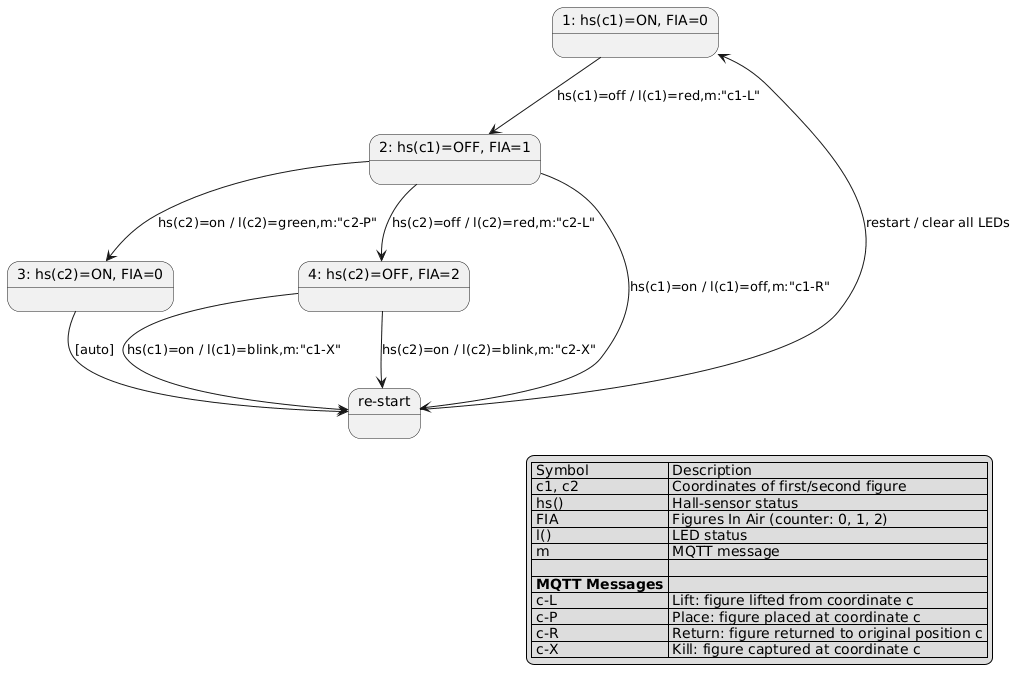
This is Micropython/StateDiagram.png from JonahPi/RemoteChess, a PlantUML export, as it was before one commit. Source of this version:
```plantuml
@startuml
state "1: hs(c1)=ON, FIA=0" as state1
state "2: hs(c1)=OFF, FIA=1" as state2
state "3: hs(c2)=ON, FIA=0" as state3
state "4: hs(c2)=OFF, FIA=2" as state4
state "re-start" as restart

state1 --> state2 : hs(c1)=off / l(c1)=red,m:"c1-L"
state2 --> state3 : hs(c2)=on / l(c2)=green,m:"c2-P"
state2 --> state4 : hs(c2)=off / l(c2)=red,m:"c2-L"
state4 --> restart : hs(c1)=on / l(c1)=blink,m:"c1-X"
state4 --> restart : hs(c2)=on / l(c2)=blink,m:"c2-X"
state2 --> restart : hs(c1)=on / l(c1)=off,m:"c1-R"
state3 --> restart : [auto]
restart --> state1 : restart / clear all LEDs

legend right
  | Symbol | Description |
  | c1, c2 | Coordinates of first/second figure |
  | hs()   | Hall-sensor status |
  | FIA    | Figures In Air (counter: 0, 1, 2) |
  | l()    | LED status |
  | m      | MQTT message |
  |        | |
  | **MQTT Messages** | |
  | c-L    | Lift: figure lifted from coordinate c |
  | c-P    | Place: figure placed at coordinate c |
  | c-R    | Return: figure returned to original position c |
  | c-X    | Kill: figure captured at coordinate c |
endlegend
@enduml
```
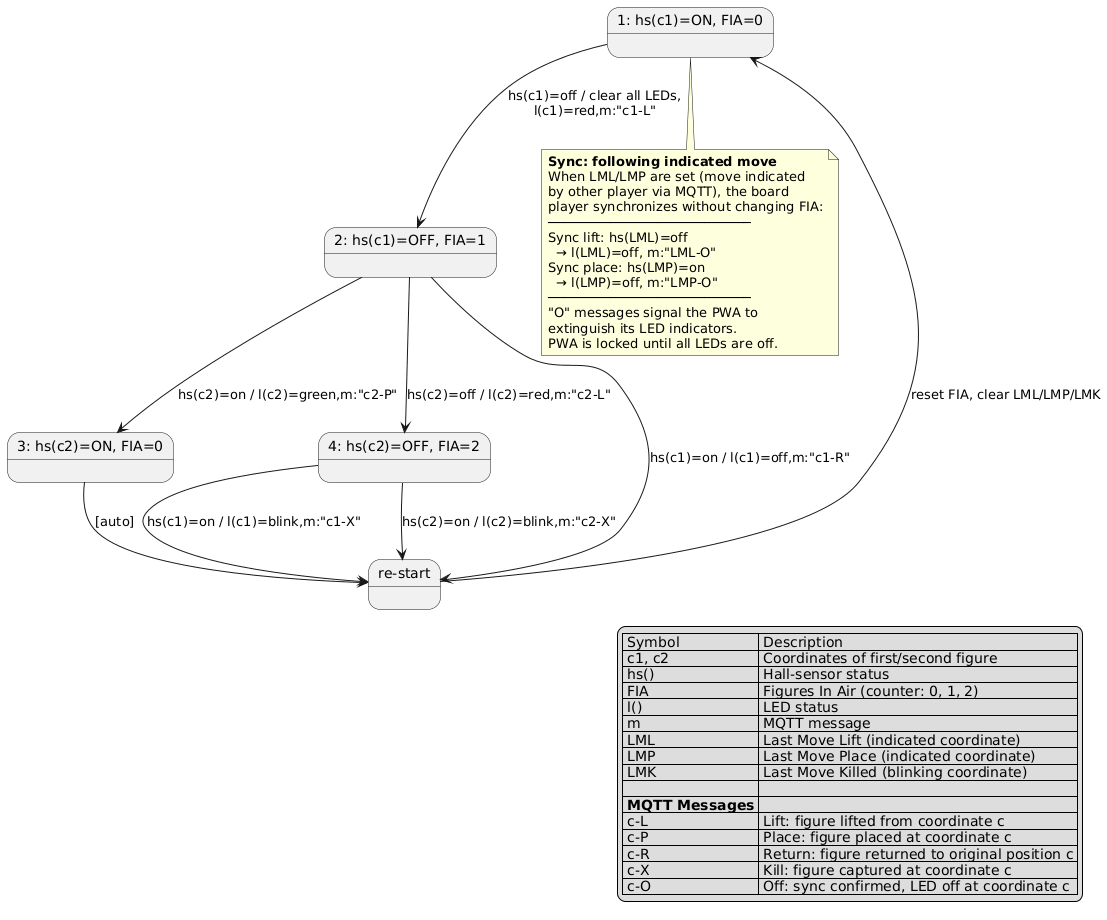
After the change.

Diff of the diagram source:
```diff
@@ -5,14 +5,30 @@
 state "4: hs(c2)=OFF, FIA=2" as state4
 state "re-start" as restart
 
-state1 --> state2 : hs(c1)=off / l(c1)=red,m:"c1-L"
+state1 --> state2 : hs(c1)=off / clear all LEDs,\nl(c1)=red,m:"c1-L"
 state2 --> state3 : hs(c2)=on / l(c2)=green,m:"c2-P"
 state2 --> state4 : hs(c2)=off / l(c2)=red,m:"c2-L"
 state4 --> restart : hs(c1)=on / l(c1)=blink,m:"c1-X"
 state4 --> restart : hs(c2)=on / l(c2)=blink,m:"c2-X"
 state2 --> restart : hs(c1)=on / l(c1)=off,m:"c1-R"
 state3 --> restart : [auto]
-restart --> state1 : restart / clear all LEDs
+restart --> state1 : reset FIA, clear LML/LMP/LMK
+
+note bottom of state1
+  **Sync: following indicated move**
+  When LML/LMP are set (move indicated
+  by other player via MQTT), the board
+  player synchronizes without changing FIA:
+  ──────────────────────────
+  Sync lift: hs(LML)=off
+    → l(LML)=off, m:"LML-O"
+  Sync place: hs(LMP)=on
+    → l(LMP)=off, m:"LMP-O"
+  ──────────────────────────
+  "O" messages signal the PWA to
+  extinguish its LED indicators.
+  PWA is locked until all LEDs are off.
+end note
 
 legend right
   | Symbol | Description |
@@ -21,11 +37,15 @@
   | FIA    | Figures In Air (counter: 0, 1, 2) |
   | l()    | LED status |
   | m      | MQTT message |
+  | LML    | Last Move Lift (indicated coordinate) |
+  | LMP    | Last Move Place (indicated coordinate) |
+  | LMK    | Last Move Killed (blinking coordinate) |
   |        | |
   | **MQTT Messages** | |
   | c-L    | Lift: figure lifted from coordinate c |
   | c-P    | Place: figure placed at coordinate c |
   | c-R    | Return: figure returned to original position c |
   | c-X    | Kill: figure captured at coordinate c |
+  | c-O    | Off: sync confirmed, LED off at coordinate c |
 endlegend
 @enduml
```
